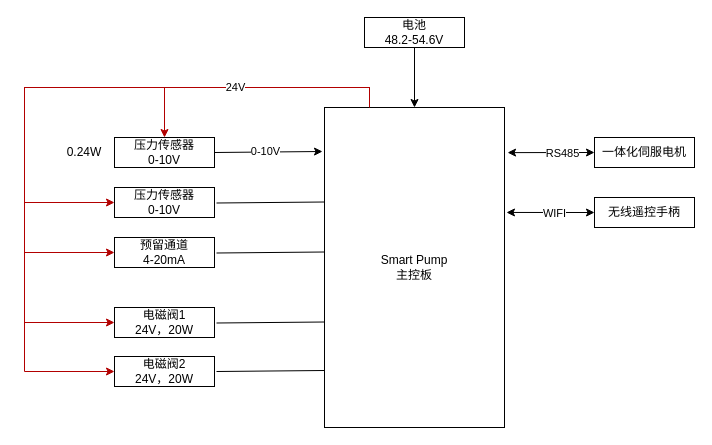
xuhui-toehold/drawings keeps this draw.io diagram as smart_pump_hardware_arch.drawio. Above is the earlier version. Source tidied: cells renumbered, new cells numbered last; positions are measured from the earlier drawing's top-left corner, leaving out a move shared by most shapes. Both pictures are drawn from the tidied source at 100%, with x=0, y=0 at pixel (24, 17).
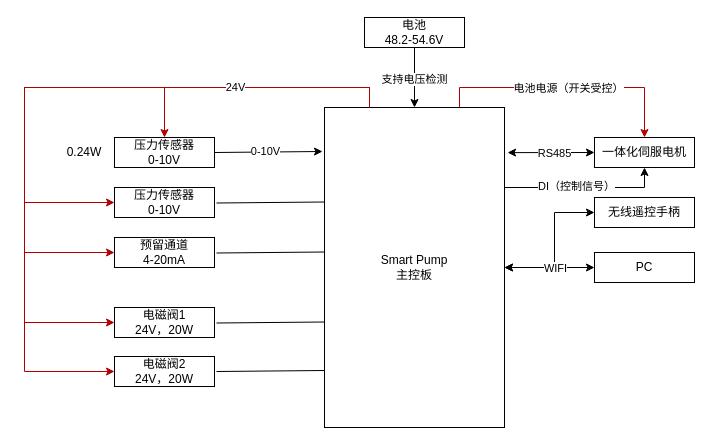
After the change.

Unchanged cells that the change refers to:
```xml
<mxCell id="6" value="Smart Pump&lt;div&gt;主控板&lt;/div&gt;" style="rounded=0;whiteSpace=wrap;html=1;" parent="1" vertex="1">
  <mxGeometry x="300" y="90" width="180" height="320" as="geometry" />
</mxCell>
<mxCell id="19" value="一体化伺服电机" style="rounded=0;whiteSpace=wrap;html=1;" parent="1" vertex="1">
  <mxGeometry x="570" y="120" width="100" height="30" as="geometry" />
</mxCell>
<mxCell id="20" style="endArrow=classic;startArrow=classic;html=1;rounded=0;exitX=1.017;exitY=0.141;exitDx=0;exitDy=0;exitPerimeter=0;entryX=0;entryY=0.5;entryDx=0;entryDy=0;" parent="1" edge="1" source="6" target="19">
  <mxGeometry relative="1" as="geometry" />
</mxCell>
<mxCell id="25" style="edgeStyle=orthogonalEdgeStyle;rounded=0;jettySize=auto;html=1;exitX=0.5;exitY=1;exitDx=0;exitDy=0;entryX=0.5;entryY=0;entryDx=0;entryDy=0;" parent="1" edge="1" source="26" target="6">
  <mxGeometry relative="1" as="geometry" />
</mxCell>
```

The edit, as a diff of the source:
```diff
@@
+    <mxCell id="29" style="edgeStyle=orthogonalEdgeStyle;rounded=0;jettySize=auto;html=1;exitX=0.75;exitY=0;exitDx=0;exitDy=0;entryX=0.5;entryY=0;entryDx=0;entryDy=0;fillColor=#e51400;strokeColor=#B20000;" parent="1" edge="1" source="6" target="19">
+      <mxGeometry relative="1" as="geometry" />
+    </mxCell>
+    <mxCell id="30" value="电池电源（开关受控）" style="edgeLabel;html=1;align=center;verticalAlign=middle;" parent="29" vertex="1">
+      <mxGeometry relative="1" as="geometry" />
+    </mxCell>
+    <mxCell id="31" style="edgeStyle=orthogonalEdgeStyle;rounded=0;jettySize=auto;html=1;exitX=1;exitY=0.5;exitDx=0;exitDy=0;entryX=0;entryY=0.5;entryDx=0;entryDy=0;startArrow=classic;startFill=1;" parent="1" edge="1" source="6" target="35">
+      <mxGeometry relative="1" as="geometry" />
+    </mxCell>
+    <mxCell id="32" style="edgeStyle=orthogonalEdgeStyle;rounded=0;jettySize=auto;html=1;exitX=1;exitY=0.25;exitDx=0;exitDy=0;entryX=0.5;entryY=1;entryDx=0;entryDy=0;" parent="1" edge="1" source="6" target="19">
+      <mxGeometry relative="1" as="geometry" />
+    </mxCell>
+    <mxCell id="33" value="DI（控制信号）" style="edgeLabel;html=1;align=center;verticalAlign=middle;" parent="32" vertex="1">
+      <mxGeometry x="-0.11" y="2" relative="1" as="geometry" />
+    </mxCell>
@@
     <mxCell id="21" value="RS485" style="edgeLabel;html=1;align=center;verticalAlign=middle;" parent="20" vertex="1">
-      <mxGeometry x="0.24" relative="1" as="geometry" />
+      <mxGeometry x="0.24" relative="1" as="geometry">
+        <mxPoint x="-8" as="offset" />
+      </mxGeometry>
     </mxCell>
-    <mxCell id="22" value="无线遥控手柄" style="rounded=0;whiteSpace=wrap;html=1;" parent="1" vertex="1">
-      <mxGeometry x="570" y="180" width="100" height="30" as="geometry" />
-    </mxCell>
-    <mxCell id="23" style="edgeStyle=orthogonalEdgeStyle;rounded=0;jettySize=auto;html=1;exitX=0;exitY=0.5;exitDx=0;exitDy=0;entryX=1.011;entryY=0.328;entryDx=0;entryDy=0;entryPerimeter=0;startArrow=classic;startFill=1;" parent="1" edge="1" source="22" target="6">
-      <mxGeometry relative="1" as="geometry" />
+    <mxCell id="23" style="edgeStyle=orthogonalEdgeStyle;rounded=0;jettySize=auto;html=1;exitX=0;exitY=0.5;exitDx=0;exitDy=0;startArrow=classic;startFill=1;" parent="1" edge="1" source="22" target="6">
+      <mxGeometry relative="1" as="geometry">
+        <Array as="points">
+          <mxPoint x="530" y="195" />
+          <mxPoint x="530" y="250" />
+        </Array>
+      </mxGeometry>
     </mxCell>
     <mxCell id="24" value="WIFI" style="edgeLabel;html=1;align=center;verticalAlign=middle;" parent="23" vertex="1">
-      <mxGeometry x="-0.09" y="1" relative="1" as="geometry" />
+      <mxGeometry x="0.38" y="-5" relative="1" as="geometry">
+        <mxPoint x="5" y="5" as="offset" />
+      </mxGeometry>
     </mxCell>
+    <mxCell id="22" value="无线遥控手柄" style="rounded=0;whiteSpace=wrap;html=1;" parent="1" vertex="1">
+      <mxGeometry x="570" y="180" width="100" height="30" as="geometry" />
+    </mxCell>
@@
+    <mxCell id="34" value="支持电压检测" style="edgeLabel;html=1;align=center;verticalAlign=middle;" parent="25" vertex="1">
+      <mxGeometry x="0.02" y="-1" relative="1" as="geometry" />
+    </mxCell>
@@
+    <mxCell id="35" value="PC" style="rounded=0;whiteSpace=wrap;html=1;" parent="1" vertex="1">
+      <mxGeometry x="570" y="235" width="100" height="30" as="geometry" />
+    </mxCell>
```
